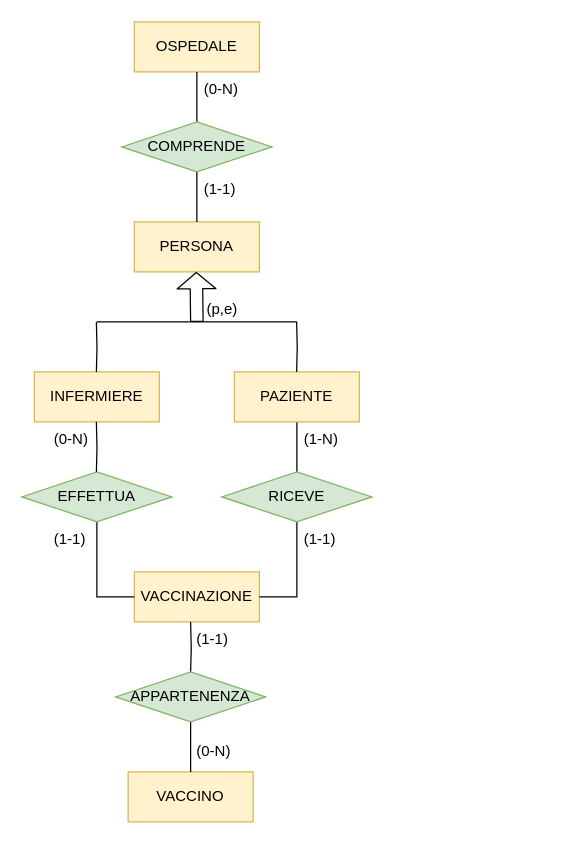
Above: report/Diagrammi E-R/2.drawio in luigi-borriello00/Vaccinations-Tracker (draw.io), before the change. Source tidied: cells renumbered, new cells numbered last; positions are measured from the earlier drawing's top-left corner, leaving out a move shared by most shapes. Both pictures are drawn from the tidied source at 125%, with x=0, y=0 at pixel (21, 21).
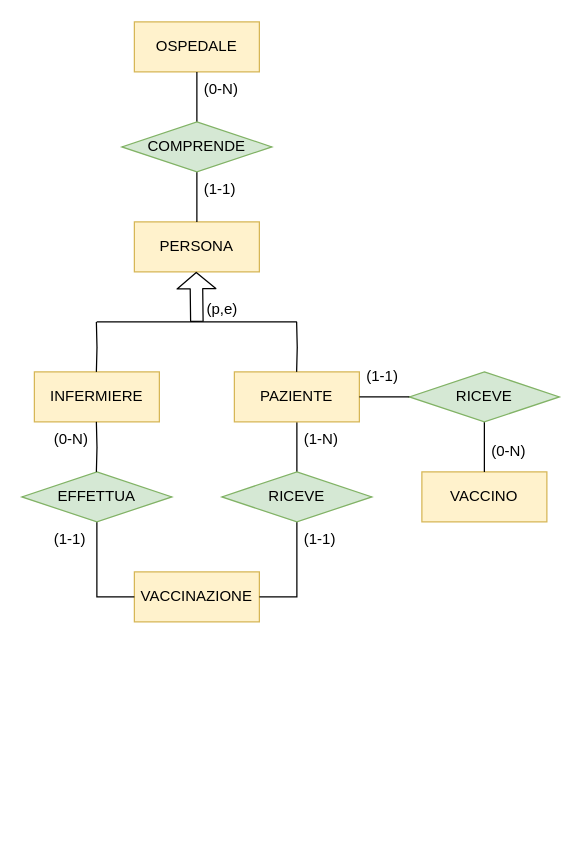
The same diagram, later.

The change refers to these unchanged cells:
```xml
<mxCell id="9" value="PAZIENTE" style="whiteSpace=wrap;html=1;align=center;fontSize=12;fillColor=#fff2cc;strokeColor=#d6b656;" parent="1" vertex="1">
  <mxGeometry x="170" y="280" width="100" height="40" as="geometry" />
</mxCell>
```

Diff of the diagram source:
```diff
@@
-    <mxCell id="21" style="edgeStyle=orthogonalEdgeStyle;rounded=0;jettySize=auto;html=1;exitX=0.5;exitY=1;exitDx=0;exitDy=0;entryX=0.5;entryY=0;entryDx=0;entryDy=0;endArrow=none;endFill=0;" parent="1" edge="1" target="24">
-      <mxGeometry relative="1" as="geometry">
-        <mxPoint x="135" y="480" as="sourcePoint" />
-      </mxGeometry>
-    </mxCell>
     <mxCell id="22" value="&lt;font style=&quot;font-size: 12px&quot;&gt;VACCINO&lt;/font&gt;" style="whiteSpace=wrap;html=1;align=center;fontSize=9;fillColor=#fff2cc;strokeColor=#d6b656;" parent="1" vertex="1">
-      <mxGeometry x="85" y="600" width="100" height="40" as="geometry" />
+      <mxGeometry x="320" y="360" width="100" height="40" as="geometry" />
     </mxCell>
@@
-    <mxCell id="24" value="APPARTENENZA" style="shape=rhombus;perimeter=rhombusPerimeter;whiteSpace=wrap;html=1;align=center;fillColor=#d5e8d4;strokeColor=#82b366;" parent="1" vertex="1">
-      <mxGeometry x="75" y="520" width="120" height="40" as="geometry" />
+    <mxCell id="24" value="RICEVE" style="shape=rhombus;perimeter=rhombusPerimeter;whiteSpace=wrap;html=1;align=center;fillColor=#d5e8d4;strokeColor=#82b366;" parent="1" vertex="1">
+      <mxGeometry x="310" y="280" width="120" height="40" as="geometry" />
     </mxCell>
@@
     <mxCell id="31" value="(1-1)" style="text;strokeColor=none;fillColor=none;spacingLeft=4;spacingRight=4;overflow=hidden;fontSize=12;" parent="1" vertex="1">
-      <mxGeometry x="134" y="480" width="40" height="30" as="geometry" />
+      <mxGeometry x="270" y="270" width="40" height="30" as="geometry" />
     </mxCell>
     <mxCell id="32" value="(0-N)" style="text;strokeColor=none;fillColor=none;spacingLeft=4;spacingRight=4;overflow=hidden;fontSize=12;" parent="1" vertex="1">
-      <mxGeometry x="134" y="570" width="40" height="30" as="geometry" />
+      <mxGeometry x="370" y="330" width="40" height="30" as="geometry" />
     </mxCell>
+    <mxCell id="33" style="edgeStyle=orthogonalEdgeStyle;rounded=0;jettySize=auto;html=1;endArrow=none;endFill=0;exitX=1;exitY=0.5;exitDx=0;exitDy=0;" parent="1" edge="1" source="9">
+      <mxGeometry relative="1" as="geometry">
+        <mxPoint x="310" y="300" as="targetPoint" />
+      </mxGeometry>
+    </mxCell>
```
